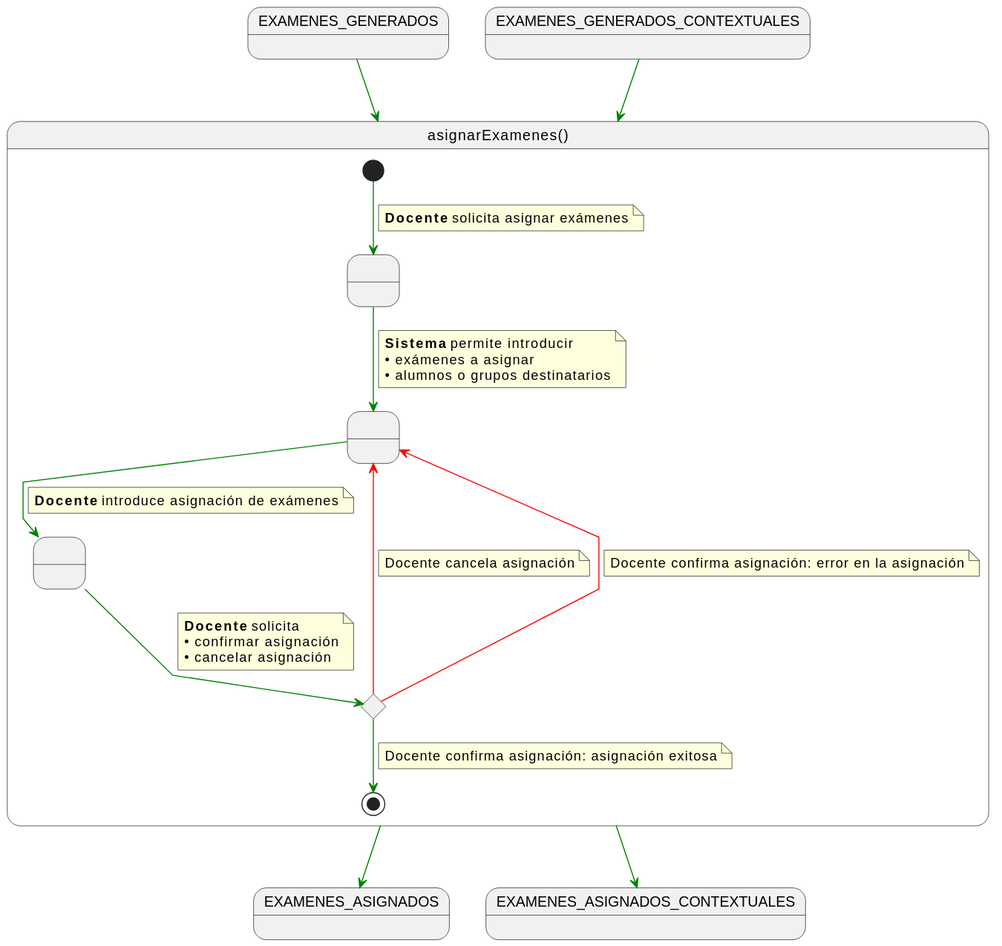
Before: documents/casos-de-uso/detalladoCasosDeUso/asignarExamenes/asignarExamenes.svg, a diagram exported from PlantUML (martinlopez7/25-26-IdSw1-SdR).
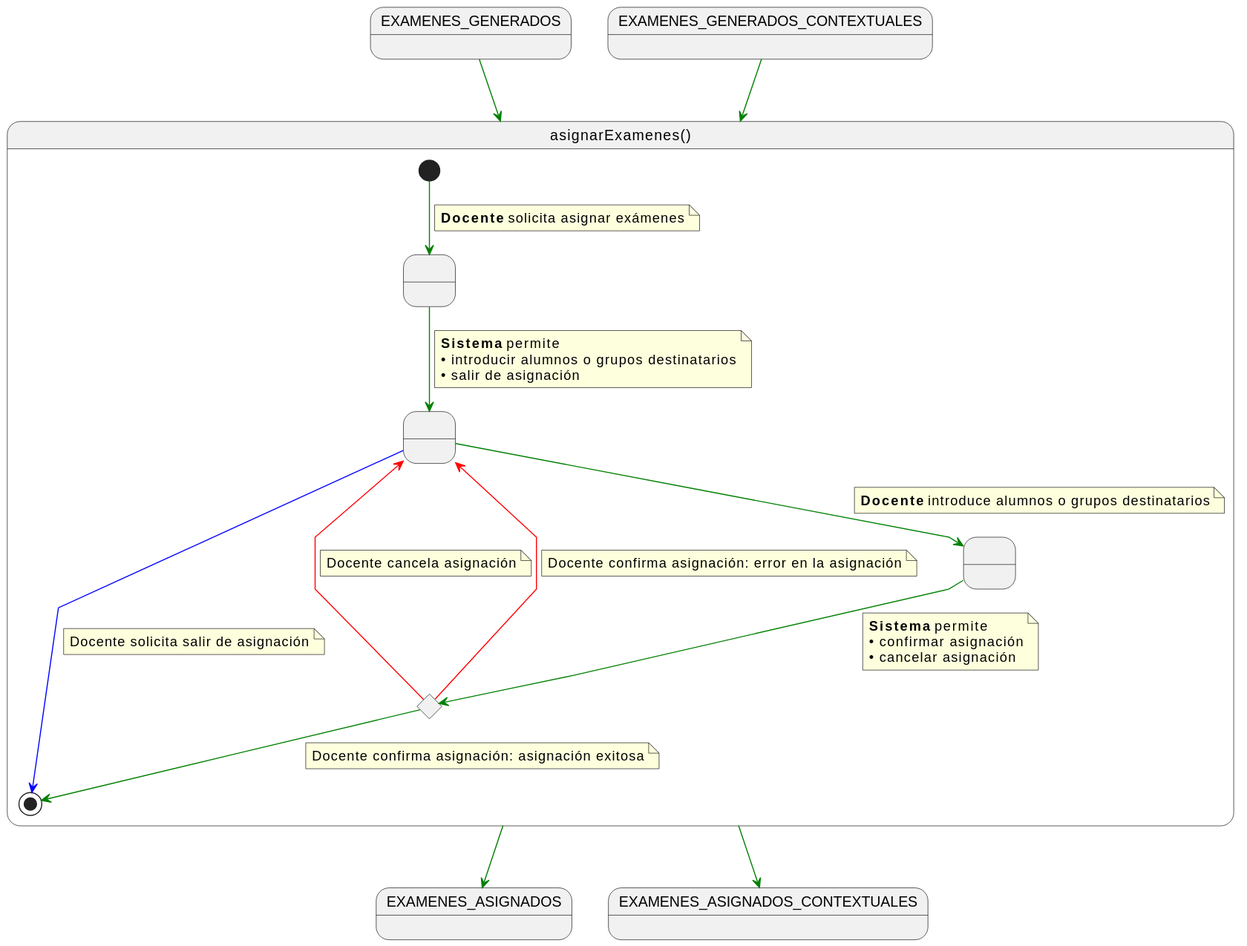
The same file after the commit.

Change to the diagram source:
```diff
@@ -15,19 +15,19 @@
 
     RequiringAssignment -[#green]-> ProvidingAssignment
     note on link
-    <b>Sistema</b> permite introducir
-    • exámenes a asignar
-    • alumnos o grupos destinatarios
+    <b>Sistema</b> permite
+    • introducir alumnos o grupos destinatarios
+    • salir de asignación
     end note
 
     ProvidingAssignment -[#green]-> ProvidingConfirmation
     note on link
-    <b>Docente</b> introduce asignación de exámenes
+    <b>Docente</b> introduce alumnos o grupos destinatarios
     end note
 
     ProvidingConfirmation -[#green]-> c
     note on link
-    <b>Docente</b> solicita
+    <b>Sistema</b> permite
     • confirmar asignación
     • cancelar asignación
     end note
@@ -46,6 +46,11 @@
     note on link
     Docente confirma asignación: asignación exitosa
     end note
+
+    ProvidingAssignment -[#blue]-> [*]
+    note on link
+    Docente solicita salir de asignación
+    end note
 }
 
 EXAMENES_GENERADOS -[#green]-> asignarExamenes
```
